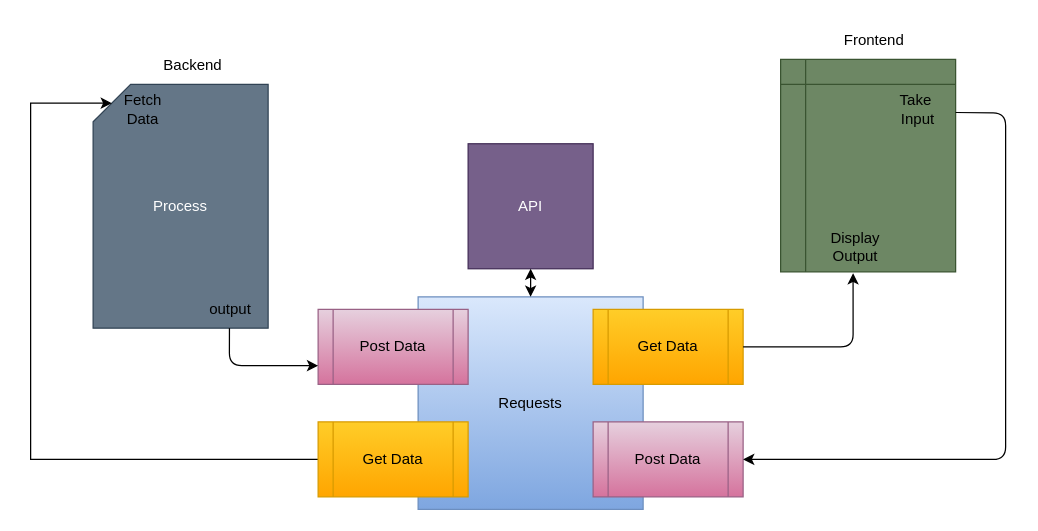
jonamadk/DrawIO keeps this draw.io diagram as api-proj-env.drawio. Above is the earlier version. Source tidied: cells renumbered, new cells numbered last; positions are measured from the earlier drawing's top-left corner, leaving out a move shared by most shapes. Both pictures are drawn from the tidied source at 125%, with x=0, y=0 at pixel (30, 21).
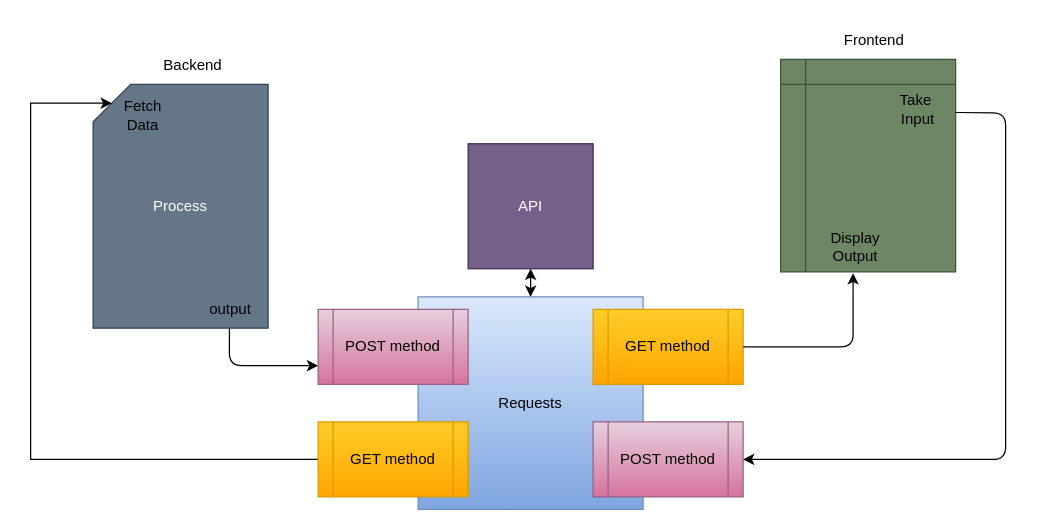
The same page after the edit.

What changed in the source:
```diff
@@
-    <mxCell id="8" value="Get Data" style="shape=process;whiteSpace=wrap;html=1;backgroundOutline=1;fillColor=#ffcd28;strokeColor=#d79b00;gradientColor=#ffa500;" parent="1" vertex="1">
+    <mxCell id="8" value="GET method" style="shape=process;whiteSpace=wrap;html=1;backgroundOutline=1;fillColor=#ffcd28;strokeColor=#d79b00;gradientColor=#ffa500;" parent="1" vertex="1">
       <mxGeometry x="230" y="320" width="120" height="60" as="geometry" />
     </mxCell>
-    <mxCell id="9" value="Post Data" style="shape=process;whiteSpace=wrap;html=1;backgroundOutline=1;fillColor=#e6d0de;strokeColor=#996185;gradientColor=#d5739d;" parent="1" vertex="1">
+    <mxCell id="9" value="POST method" style="shape=process;whiteSpace=wrap;html=1;backgroundOutline=1;fillColor=#e6d0de;strokeColor=#996185;gradientColor=#d5739d;" parent="1" vertex="1">
       <mxGeometry x="450" y="320" width="120" height="60" as="geometry" />
     </mxCell>
-    <mxCell id="10" value="Post Data" style="shape=process;whiteSpace=wrap;html=1;backgroundOutline=1;fillColor=#e6d0de;strokeColor=#996185;gradientColor=#d5739d;" parent="1" vertex="1">
+    <mxCell id="10" value="POST method" style="shape=process;whiteSpace=wrap;html=1;backgroundOutline=1;fillColor=#e6d0de;strokeColor=#996185;gradientColor=#d5739d;" parent="1" vertex="1">
       <mxGeometry x="230" y="230" width="120" height="60" as="geometry" />
     </mxCell>
-    <mxCell id="11" value="Get Data" style="shape=process;whiteSpace=wrap;html=1;backgroundOutline=1;fillColor=#ffcd28;strokeColor=#d79b00;gradientColor=#ffa500;" parent="1" vertex="1">
+    <mxCell id="11" value="GET method" style="shape=process;whiteSpace=wrap;html=1;backgroundOutline=1;fillColor=#ffcd28;strokeColor=#d79b00;gradientColor=#ffa500;" parent="1" vertex="1">
       <mxGeometry x="450" y="230" width="120" height="60" as="geometry" />
     </mxCell>
     <mxCell id="12" value="Fetch Data" style="text;html=1;strokeColor=none;fillColor=none;align=center;verticalAlign=middle;whiteSpace=wrap;rounded=0;" parent="1" vertex="1">
-      <mxGeometry x="70" y="60" width="40" height="20" as="geometry" />
+      <mxGeometry x="60" y="60" width="60" height="30" as="geometry" />
     </mxCell>
```
